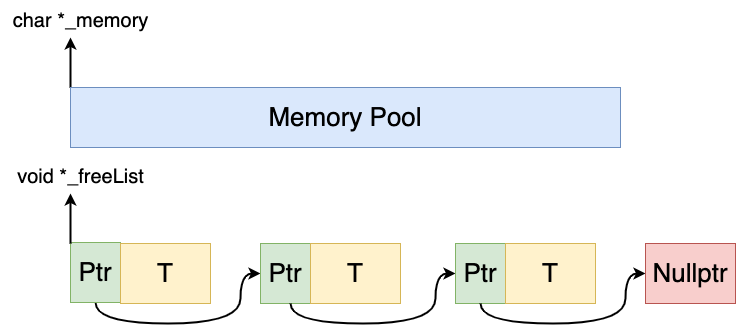
Above: CS/内存池/doc/img/定长内存池.drawio.png in superwjfeng/MarkdownWriting (draw.io), before the change. Source tidied: cells renumbered, new cells last; positions are measured from the earlier drawing's top-left corner, leaving out a move shared by most shapes. Source of this version:
```xml
<mxGraphModel>
  <root>
    <mxCell id="0" />
    <mxCell id="1" parent="0" />
    <mxCell id="2" style="edgeStyle=orthogonalEdgeStyle;rounded=0;jettySize=auto;html=1;strokeWidth=2;" parent="1" edge="1" source="3">
      <mxGeometry relative="1" as="geometry">
        <mxPoint x="70" y="37" as="targetPoint" />
        <Array as="points">
          <mxPoint x="70" y="77" />
          <mxPoint x="70" y="77" />
        </Array>
      </mxGeometry>
    </mxCell>
    <mxCell id="3" value="&lt;font style=&quot;font-size: 26px;&quot;&gt;Memory Pool&lt;/font&gt;" style="rounded=0;whiteSpace=wrap;html=1;fillColor=#dae8fc;strokeColor=#6c8ebf;" parent="1" vertex="1">
      <mxGeometry x="70" y="87" width="550" height="60" as="geometry" />
    </mxCell>
    <mxCell id="4" value="&lt;font style=&quot;font-size: 20px;&quot;&gt;char *_memory&lt;/font&gt;" style="text;html=1;align=center;verticalAlign=middle;strokeColor=none;fillColor=none;" parent="1" vertex="1">
      <mxGeometry width="160" height="40" as="geometry" />
    </mxCell>
    <mxCell id="5" style="edgeStyle=orthogonalEdgeStyle;rounded=0;jettySize=auto;html=1;entryX=0;entryY=0.5;entryDx=0;entryDy=0;strokeWidth=2;curved=1;" parent="1" edge="1" source="6" target="8">
      <mxGeometry relative="1" as="geometry">
        <Array as="points">
          <mxPoint x="95" y="323" />
          <mxPoint x="240" y="323" />
          <mxPoint x="240" y="273" />
        </Array>
      </mxGeometry>
    </mxCell>
    <mxCell id="6" value="&lt;font style=&quot;font-size: 26px;&quot;&gt;Ptr&lt;/font&gt;" style="rounded=0;whiteSpace=wrap;html=1;fillColor=#d5e8d4;strokeColor=#82b366;" parent="1" vertex="1">
      <mxGeometry x="70" y="242" width="50" height="60" as="geometry" />
    </mxCell>
    <mxCell id="7" value="&lt;font style=&quot;font-size: 26px;&quot;&gt;T&lt;/font&gt;" style="rounded=0;whiteSpace=wrap;html=1;fillColor=#fff2cc;strokeColor=#d6b656;" parent="1" vertex="1">
      <mxGeometry x="120" y="243" width="90" height="60" as="geometry" />
    </mxCell>
    <mxCell id="8" value="&lt;font style=&quot;font-size: 26px;&quot;&gt;Ptr&lt;/font&gt;" style="rounded=0;whiteSpace=wrap;html=1;fillColor=#d5e8d4;strokeColor=#82b366;" parent="1" vertex="1">
      <mxGeometry x="260" y="243" width="50" height="60" as="geometry" />
    </mxCell>
    <mxCell id="9" value="&lt;font style=&quot;font-size: 26px;&quot;&gt;T&lt;/font&gt;" style="rounded=0;whiteSpace=wrap;html=1;fillColor=#fff2cc;strokeColor=#d6b656;" parent="1" vertex="1">
      <mxGeometry x="310" y="243" width="90" height="60" as="geometry" />
    </mxCell>
    <mxCell id="10" style="edgeStyle=orthogonalEdgeStyle;rounded=0;jettySize=auto;html=1;entryX=0;entryY=0.5;entryDx=0;entryDy=0;strokeWidth=2;curved=1;" parent="1" edge="1" target="11">
      <mxGeometry relative="1" as="geometry">
        <mxPoint x="290" y="303" as="sourcePoint" />
        <Array as="points">
          <mxPoint x="290" y="323" />
          <mxPoint x="435" y="323" />
          <mxPoint x="435" y="273" />
        </Array>
      </mxGeometry>
    </mxCell>
    <mxCell id="11" value="&lt;font style=&quot;font-size: 26px;&quot;&gt;Ptr&lt;/font&gt;" style="rounded=0;whiteSpace=wrap;html=1;fillColor=#d5e8d4;strokeColor=#82b366;" parent="1" vertex="1">
      <mxGeometry x="455" y="243" width="50" height="60" as="geometry" />
    </mxCell>
    <mxCell id="12" value="&lt;font style=&quot;font-size: 26px;&quot;&gt;T&lt;/font&gt;" style="rounded=0;whiteSpace=wrap;html=1;fillColor=#fff2cc;strokeColor=#d6b656;" parent="1" vertex="1">
      <mxGeometry x="505" y="243" width="90" height="60" as="geometry" />
    </mxCell>
    <mxCell id="13" style="edgeStyle=orthogonalEdgeStyle;rounded=0;orthogonalLoop=1;jettySize=auto;html=1;entryX=0;entryY=0.5;entryDx=0;entryDy=0;strokeWidth=2;curved=1;" parent="1" edge="1">
      <mxGeometry relative="1" as="geometry">
        <mxPoint x="480" y="303" as="sourcePoint" />
        <mxPoint x="645" y="273" as="targetPoint" />
        <Array as="points">
          <mxPoint x="480" y="323" />
          <mxPoint x="625" y="323" />
          <mxPoint x="625" y="273" />
        </Array>
      </mxGeometry>
    </mxCell>
    <mxCell id="14" value="&lt;font style=&quot;font-size: 26px;&quot;&gt;Nullptr&lt;/font&gt;" style="whiteSpace=wrap;html=1;fillColor=#f8cecc;strokeColor=#b85450;" parent="1" vertex="1">
      <mxGeometry x="645" y="243" width="90" height="60" as="geometry" />
    </mxCell>
    <mxCell id="15" style="edgeStyle=orthogonalEdgeStyle;rounded=0;orthogonalLoop=1;jettySize=auto;html=1;strokeWidth=2;" parent="1" edge="1">
      <mxGeometry relative="1" as="geometry">
        <mxPoint x="70" y="243" as="sourcePoint" />
        <mxPoint x="70" y="193" as="targetPoint" />
        <Array as="points">
          <mxPoint x="70" y="233" />
          <mxPoint x="70" y="233" />
        </Array>
      </mxGeometry>
    </mxCell>
    <mxCell id="16" value="&lt;font style=&quot;font-size: 20px;&quot;&gt;void *_freeList&lt;/font&gt;" style="text;html=1;align=center;verticalAlign=middle;strokeColor=none;fillColor=none;" parent="1" vertex="1">
      <mxGeometry x="5" y="156" width="150" height="40" as="geometry" />
    </mxCell>
  </root>
</mxGraphModel>
```
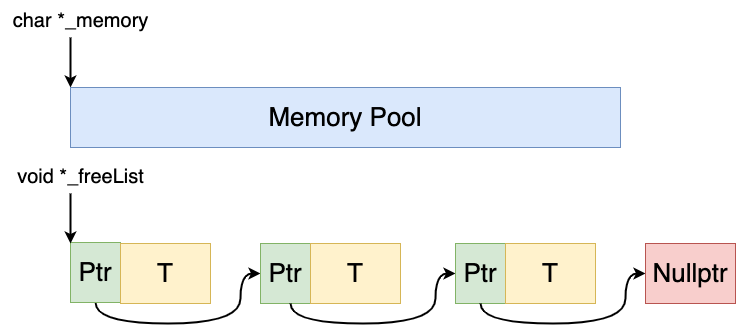
The same diagram one commit later.

Diff of the diagram source:
```diff
@@ -1,8 +1,8 @@
-<mxGraphModel>
+<mxGraphModel background="#ffffff">
   <root>
     <mxCell id="0" />
     <mxCell id="1" parent="0" />
-    <mxCell id="2" style="edgeStyle=orthogonalEdgeStyle;rounded=0;jettySize=auto;html=1;strokeWidth=2;" parent="1" edge="1" source="3">
+    <mxCell id="2" style="edgeStyle=orthogonalEdgeStyle;rounded=0;jettySize=auto;html=1;strokeWidth=2;startArrow=classic;startFill=1;endArrow=none;endFill=0;" parent="1" edge="1" source="3">
       <mxGeometry relative="1" as="geometry">
         <mxPoint x="70" y="37" as="targetPoint" />
         <Array as="points">
@@ -68,7 +68,7 @@
     <mxCell id="14" value="&lt;font style=&quot;font-size: 26px;&quot;&gt;Nullptr&lt;/font&gt;" style="whiteSpace=wrap;html=1;fillColor=#f8cecc;strokeColor=#b85450;" parent="1" vertex="1">
       <mxGeometry x="645" y="243" width="90" height="60" as="geometry" />
     </mxCell>
-    <mxCell id="15" style="edgeStyle=orthogonalEdgeStyle;rounded=0;orthogonalLoop=1;jettySize=auto;html=1;strokeWidth=2;" parent="1" edge="1">
+    <mxCell id="15" style="edgeStyle=orthogonalEdgeStyle;rounded=0;orthogonalLoop=1;jettySize=auto;html=1;strokeWidth=2;endArrow=none;startArrow=classic;startFill=1;endFill=0;" parent="1" edge="1">
       <mxGeometry relative="1" as="geometry">
         <mxPoint x="70" y="243" as="sourcePoint" />
         <mxPoint x="70" y="193" as="targetPoint" />
```
